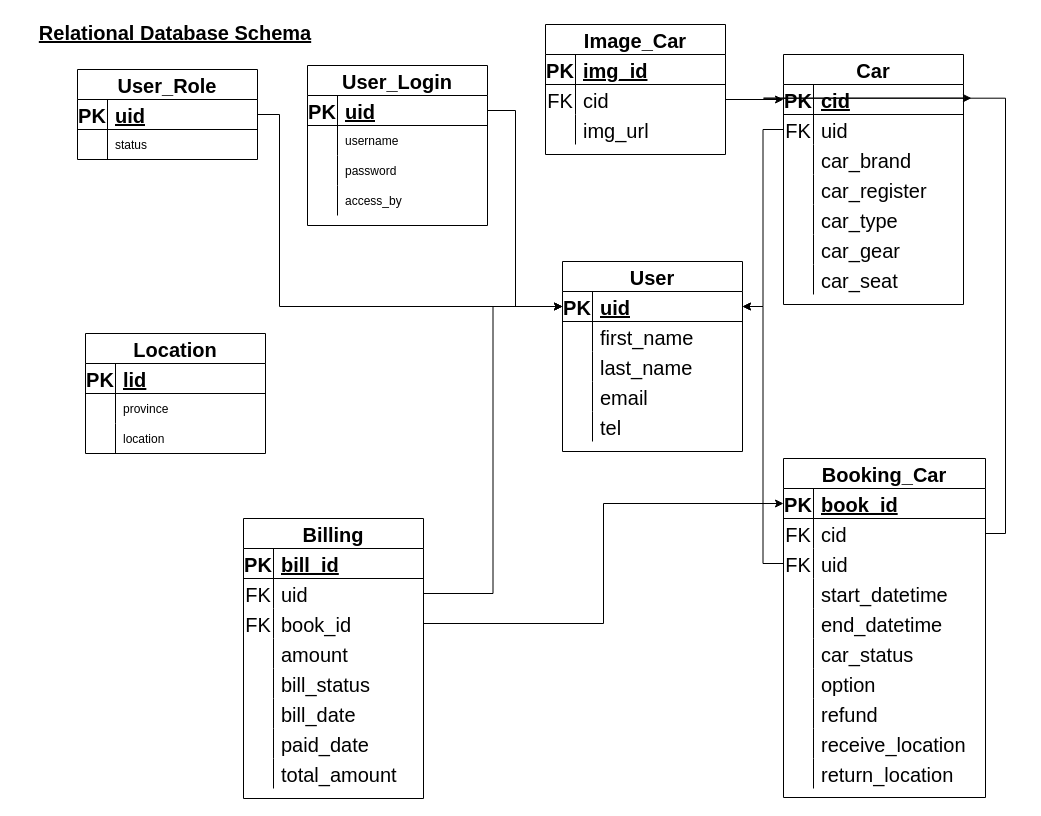
Above: page "Relational Database Schema" (2 of 2) of Online_Car_Rental_System.drawio in Werayootk/Online_Car_Rental_System (draw.io), before the change. Source tidied: cells renumbered, new cells numbered last; positions are measured from the earlier drawing's top-left corner, leaving out a move shared by most shapes. Both pictures are drawn from the tidied source at 100%, with x=0, y=0 at pixel (17, 17).
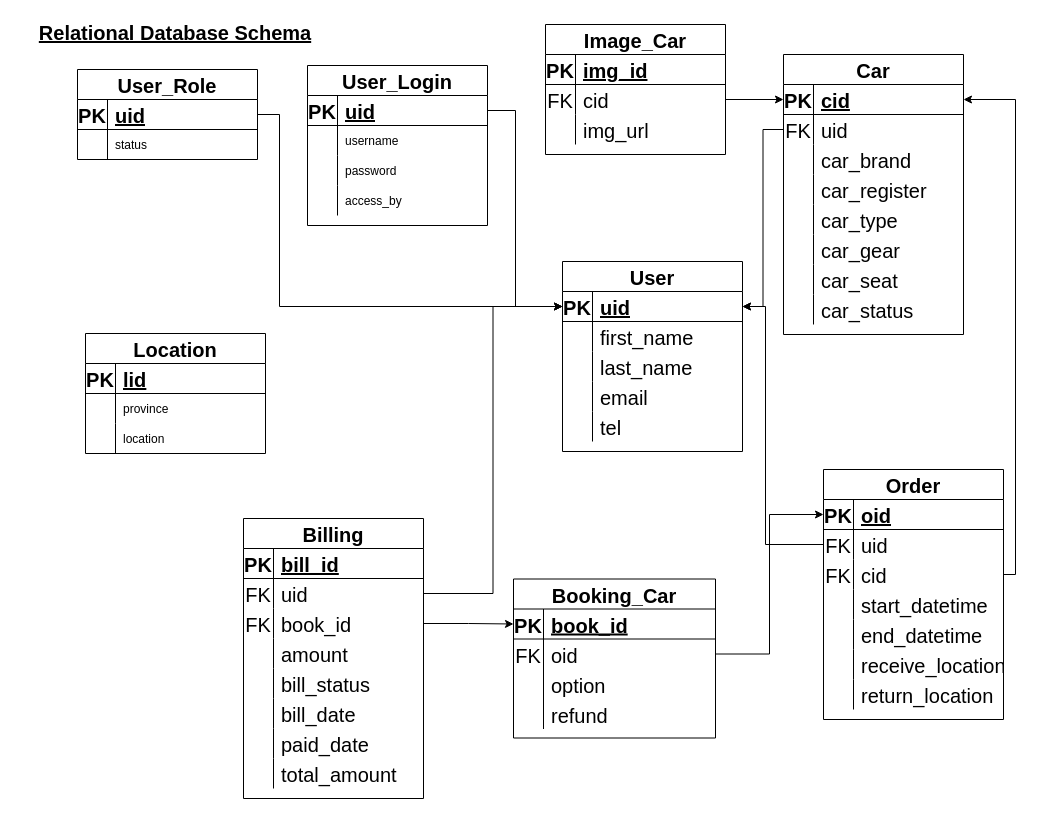
The same page after the edit.

Unchanged cells that the change refers to:
```xml
<mxCell id="4" style="shape=partialRectangle;fillColor=none;top=0;left=0;bottom=1;right=0;points=[[0,0.5],[1,0.5]];portConstraint=eastwest;fontSize=20;strokeColor=default;" parent="3" vertex="1">
  <mxGeometry y="30" width="180" height="30" as="geometry" />
</mxCell>
<mxCell id="40" style="shape=partialRectangle;fillColor=none;top=0;left=0;bottom=1;right=0;points=[[0,0.5],[1,0.5]];portConstraint=eastwest;fontSize=20;strokeColor=default;" parent="39" vertex="1">
  <mxGeometry y="30" width="180" height="30" as="geometry" />
</mxCell>
```

Change to the diagram source:
```diff
@@
     <mxCell id="39" value="Car" style="shape=table;startSize=30;childLayout=tableLayout;rowLines=0;fontStyle=1;align=center;fontSize=20;strokeColor=default;fillColor=none;" parent="1" vertex="1">
-      <mxGeometry x="766" y="37" width="180" height="250" as="geometry" />
+      <mxGeometry x="766" y="37" width="180" height="280" as="geometry" />
     </mxCell>
@@
+    <mxCell id="87" style="shape=partialRectangle;fillColor=none;top=0;left=0;bottom=0;right=0;fontSize=20;strokeColor=default;" parent="39" vertex="1">
+      <mxGeometry y="240" width="180" height="30" as="geometry" />
+    </mxCell>
+    <mxCell id="88" style="shape=partialRectangle;fillColor=none;top=0;left=0;bottom=0;right=0;overflow=hidden;fontSize=20;strokeColor=default;" parent="87" vertex="1">
+      <mxGeometry width="30" height="30" as="geometry" />
+    </mxCell>
+    <mxCell id="89" value="car_status" style="shape=partialRectangle;fillColor=none;top=0;left=0;bottom=0;right=0;align=left;spacingLeft=6;overflow=hidden;fontSize=20;strokeColor=default;" parent="87" vertex="1">
+      <mxGeometry x="30" width="150" height="30" as="geometry" />
+    </mxCell>
@@
     <mxCell id="71" value="Booking_Car" style="shape=table;startSize=30;childLayout=tableLayout;rowLines=0;fontStyle=1;align=center;fontSize=20;strokeColor=default;fillColor=none;" parent="1" vertex="1">
-      <mxGeometry x="766" y="441" width="202" height="339" as="geometry" />
+      <mxGeometry x="496" y="561.5" width="202" height="159" as="geometry" />
     </mxCell>
@@
-    <mxCell id="75" style="shape=partialRectangle;fillColor=none;top=0;left=0;bottom=0;right=0;points=[[0,0.5],[1,0.5]];portConstraint=eastwest;fontSize=20;strokeColor=default;" parent="71" vertex="1">
-      <mxGeometry y="60" width="202" height="30" as="geometry" />
-    </mxCell>
-    <mxCell id="76" value="FK" style="shape=partialRectangle;fillColor=none;top=0;left=0;bottom=0;right=0;fontStyle=0;overflow=hidden;fontSize=20;strokeColor=default;" parent="75" vertex="1">
-      <mxGeometry width="30" height="30" as="geometry" />
-    </mxCell>
-    <mxCell id="77" value="cid" style="shape=partialRectangle;fillColor=none;top=0;left=0;bottom=0;right=0;align=left;spacingLeft=6;fontStyle=0;overflow=hidden;fontSize=20;strokeColor=default;" parent="75" vertex="1">
-      <mxGeometry x="30" width="172" height="30" as="geometry" />
-    </mxCell>
-    <mxCell id="78" style="shape=partialRectangle;fillColor=none;top=0;left=0;bottom=0;right=0;points=[[0,0.5],[1,0.5]];portConstraint=eastwest;fontSize=20;" parent="71" vertex="1">
-      <mxGeometry y="90" width="202" height="30" as="geometry" />
-    </mxCell>
-    <mxCell id="79" value="FK" style="shape=partialRectangle;fillColor=none;top=0;left=0;bottom=0;right=0;fontStyle=0;overflow=hidden;fontSize=20;" parent="78" vertex="1">
-      <mxGeometry width="30" height="30" as="geometry" />
-    </mxCell>
-    <mxCell id="80" value="uid" style="shape=partialRectangle;fillColor=none;top=0;left=0;bottom=0;right=0;align=left;spacingLeft=6;fontStyle=0;overflow=hidden;fontSize=20;" parent="78" vertex="1">
-      <mxGeometry x="30" width="172" height="30" as="geometry" />
-    </mxCell>
-    <mxCell id="81" style="shape=partialRectangle;fillColor=none;top=0;left=0;bottom=0;right=0;fontSize=20;strokeColor=default;" parent="71" vertex="1">
-      <mxGeometry y="120" width="202" height="30" as="geometry" />
-    </mxCell>
-    <mxCell id="82" style="shape=partialRectangle;fillColor=none;top=0;left=0;bottom=0;right=0;overflow=hidden;fontSize=20;strokeColor=default;" parent="81" vertex="1">
-      <mxGeometry width="30" height="30" as="geometry" />
-    </mxCell>
-    <mxCell id="83" value="start_datetime" style="shape=partialRectangle;fillColor=none;top=0;left=0;bottom=0;right=0;align=left;spacingLeft=6;overflow=hidden;fontSize=20;strokeColor=default;" parent="81" vertex="1">
-      <mxGeometry x="30" width="172" height="30" as="geometry" />
-    </mxCell>
-    <mxCell id="84" style="shape=partialRectangle;fillColor=none;top=0;left=0;bottom=0;right=0;fontSize=20;strokeColor=default;" parent="71" vertex="1">
-      <mxGeometry y="150" width="202" height="30" as="geometry" />
-    </mxCell>
-    <mxCell id="85" style="shape=partialRectangle;fillColor=none;top=0;left=0;bottom=0;right=0;overflow=hidden;fontSize=20;strokeColor=default;" parent="84" vertex="1">
-      <mxGeometry width="30" height="30" as="geometry" />
-    </mxCell>
-    <mxCell id="86" value="end_datetime" style="shape=partialRectangle;fillColor=none;top=0;left=0;bottom=0;right=0;align=left;spacingLeft=6;overflow=hidden;fontSize=20;strokeColor=default;" parent="84" vertex="1">
-      <mxGeometry x="30" width="172" height="30" as="geometry" />
-    </mxCell>
-    <mxCell id="87" style="shape=partialRectangle;fillColor=none;top=0;left=0;bottom=0;right=0;fontSize=20;strokeColor=default;" parent="71" vertex="1">
-      <mxGeometry y="180" width="202" height="30" as="geometry" />
-    </mxCell>
-    <mxCell id="88" style="shape=partialRectangle;fillColor=none;top=0;left=0;bottom=0;right=0;overflow=hidden;fontSize=20;strokeColor=default;" parent="87" vertex="1">
-      <mxGeometry width="30" height="30" as="geometry" />
-    </mxCell>
-    <mxCell id="89" value="car_status" style="shape=partialRectangle;fillColor=none;top=0;left=0;bottom=0;right=0;align=left;spacingLeft=6;overflow=hidden;fontSize=20;strokeColor=default;" parent="87" vertex="1">
-      <mxGeometry x="30" width="172" height="30" as="geometry" />
-    </mxCell>
+    <mxCell id="145" style="shape=tableRow;horizontal=0;startSize=0;swimlaneHead=0;swimlaneBody=0;fillColor=none;points=[[0,0.5],[1,0.5]];portConstraint=eastwest;top=0;left=0;right=0;bottom=0;fontSize=20;" parent="71" vertex="1">
+      <mxGeometry y="60" width="202" height="30" as="geometry" />
+    </mxCell>
+    <mxCell id="146" value="FK" style="shape=partialRectangle;fillColor=none;top=0;left=0;bottom=0;right=0;fontStyle=0;overflow=hidden;fontSize=20;" parent="145" vertex="1">
+      <mxGeometry width="30" height="30" as="geometry" />
+    </mxCell>
+    <mxCell id="147" value="oid" style="shape=partialRectangle;fillColor=none;top=0;left=0;bottom=0;right=0;align=left;spacingLeft=6;fontStyle=0;overflow=hidden;fontSize=20;" parent="145" vertex="1">
+      <mxGeometry x="30" width="172" height="30" as="geometry" />
+    </mxCell>
     <mxCell id="90" style="shape=partialRectangle;fillColor=none;top=0;left=0;bottom=0;right=0;fontSize=20;strokeColor=default;" parent="71" vertex="1">
-      <mxGeometry y="210" width="202" height="30" as="geometry" />
+      <mxGeometry y="90" width="202" height="30" as="geometry" />
     </mxCell>
@@
     <mxCell id="93" style="shape=partialRectangle;fillColor=none;top=0;left=0;bottom=0;right=0;fontSize=20;strokeColor=default;" parent="71" vertex="1">
-      <mxGeometry y="240" width="202" height="30" as="geometry" />
+      <mxGeometry y="120" width="202" height="30" as="geometry" />
     </mxCell>
@@
-    <mxCell id="96" style="shape=partialRectangle;fillColor=none;top=0;left=0;bottom=0;right=0;fontSize=20;strokeColor=default;" parent="71" vertex="1">
-      <mxGeometry y="270" width="202" height="30" as="geometry" />
-    </mxCell>
-    <mxCell id="97" style="shape=partialRectangle;fillColor=none;top=0;left=0;bottom=0;right=0;overflow=hidden;fontSize=20;strokeColor=default;" parent="96" vertex="1">
-      <mxGeometry width="30" height="30" as="geometry" />
-    </mxCell>
-    <mxCell id="98" value="receive_location" style="shape=partialRectangle;fillColor=none;top=0;left=0;bottom=0;right=0;align=left;spacingLeft=6;overflow=hidden;fontSize=20;strokeColor=default;" parent="96" vertex="1">
-      <mxGeometry x="30" width="172" height="30" as="geometry" />
-    </mxCell>
-    <mxCell id="99" style="shape=partialRectangle;fillColor=none;top=0;left=0;bottom=0;right=0;fontSize=20;strokeColor=default;" parent="71" vertex="1">
-      <mxGeometry y="300" width="202" height="30" as="geometry" />
-    </mxCell>
-    <mxCell id="100" style="shape=partialRectangle;fillColor=none;top=0;left=0;bottom=0;right=0;overflow=hidden;fontSize=20;strokeColor=default;" parent="99" vertex="1">
-      <mxGeometry width="30" height="30" as="geometry" />
-    </mxCell>
-    <mxCell id="101" value="return_location" style="shape=partialRectangle;fillColor=none;top=0;left=0;bottom=0;right=0;align=left;spacingLeft=6;overflow=hidden;fontSize=20;strokeColor=default;" parent="99" vertex="1">
-      <mxGeometry x="30" width="172" height="30" as="geometry" />
-    </mxCell>
@@
-    <mxCell id="141" style="edgeStyle=orthogonalEdgeStyle;rounded=0;jettySize=auto;html=1;entryX=1;entryY=0.5;entryDx=0;entryDy=0;fontSize=20;" parent="1" edge="1" source="78" target="4">
-      <mxGeometry relative="1" as="geometry" />
-    </mxCell>
-    <mxCell id="142" style="edgeStyle=orthogonalEdgeStyle;rounded=0;jettySize=auto;html=1;exitX=1;exitY=0.5;exitDx=0;exitDy=0;entryX=1.044;entryY=0.455;entryDx=0;entryDy=0;entryPerimeter=0;fontSize=20;" parent="1" edge="1" source="75" target="40">
-      <mxGeometry relative="1" as="geometry" />
-    </mxCell>
@@
+    <mxCell id="148" value="Order" style="shape=table;startSize=30;childLayout=tableLayout;rowLines=0;fontStyle=1;align=center;fontSize=20;strokeColor=default;fillColor=none;" parent="1" vertex="1">
+      <mxGeometry x="806" y="452" width="180" height="250" as="geometry" />
+    </mxCell>
+    <mxCell id="149" style="shape=partialRectangle;fillColor=none;top=0;left=0;bottom=1;right=0;points=[[0,0.5],[1,0.5]];portConstraint=eastwest;fontSize=20;strokeColor=default;" parent="148" vertex="1">
+      <mxGeometry y="30" width="180" height="30" as="geometry" />
+    </mxCell>
+    <mxCell id="150" value="PK" style="shape=partialRectangle;fillColor=none;top=0;left=0;bottom=0;right=0;fontStyle=1;overflow=hidden;fontSize=20;strokeColor=default;" parent="149" vertex="1">
+      <mxGeometry width="30" height="30" as="geometry" />
+    </mxCell>
+    <mxCell id="151" value="oid" style="shape=partialRectangle;fillColor=none;top=0;left=0;bottom=0;right=0;align=left;spacingLeft=6;fontStyle=5;overflow=hidden;fontSize=20;strokeColor=default;" parent="149" vertex="1">
+      <mxGeometry x="30" width="150" height="30" as="geometry" />
+    </mxCell>
+    <mxCell id="152" style="shape=partialRectangle;fillColor=none;top=0;left=0;bottom=0;right=0;points=[[0,0.5],[1,0.5]];portConstraint=eastwest;fontSize=20;strokeColor=default;" parent="148" vertex="1">
+      <mxGeometry y="60" width="180" height="30" as="geometry" />
+    </mxCell>
+    <mxCell id="76" value="FK" style="shape=partialRectangle;fillColor=none;top=0;left=0;bottom=0;right=0;fontStyle=0;overflow=hidden;fontSize=20;strokeColor=default;" parent="152" vertex="1">
+      <mxGeometry width="30" height="30" as="geometry" />
+    </mxCell>
+    <mxCell id="80" value="uid" style="shape=partialRectangle;fillColor=none;top=0;left=0;bottom=0;right=0;align=left;spacingLeft=6;fontStyle=0;overflow=hidden;fontSize=20;strokeColor=default;" parent="152" vertex="1">
+      <mxGeometry x="30" width="150" height="30" as="geometry" />
+    </mxCell>
+    <mxCell id="153" style="shape=partialRectangle;fillColor=none;top=0;left=0;bottom=0;right=0;points=[[0,0.5],[1,0.5]];portConstraint=eastwest;fontSize=20;" parent="148" vertex="1">
+      <mxGeometry y="90" width="180" height="30" as="geometry" />
+    </mxCell>
+    <mxCell id="154" value="FK" style="shape=partialRectangle;fillColor=none;top=0;left=0;bottom=0;right=0;fontStyle=0;overflow=hidden;fontSize=20;" parent="153" vertex="1">
+      <mxGeometry width="30" height="30" as="geometry" />
+    </mxCell>
+    <mxCell id="77" value="cid" style="shape=partialRectangle;fillColor=none;top=0;left=0;bottom=0;right=0;align=left;spacingLeft=6;fontStyle=0;overflow=hidden;fontSize=20;" parent="153" vertex="1">
+      <mxGeometry x="30" width="150" height="30" as="geometry" />
+    </mxCell>
+    <mxCell id="155" style="shape=partialRectangle;fillColor=none;top=0;left=0;bottom=0;right=0;fontSize=20;strokeColor=default;" parent="148" vertex="1">
+      <mxGeometry y="120" width="180" height="30" as="geometry" />
+    </mxCell>
+    <mxCell id="156" style="shape=partialRectangle;fillColor=none;top=0;left=0;bottom=0;right=0;overflow=hidden;fontSize=20;strokeColor=default;" parent="155" vertex="1">
+      <mxGeometry width="30" height="30" as="geometry" />
+    </mxCell>
+    <mxCell id="83" value="start_datetime" style="shape=partialRectangle;fillColor=none;top=0;left=0;bottom=0;right=0;align=left;spacingLeft=6;overflow=hidden;fontSize=20;strokeColor=default;" parent="155" vertex="1">
+      <mxGeometry x="30" width="150" height="30" as="geometry" />
+    </mxCell>
+    <mxCell id="157" style="shape=partialRectangle;fillColor=none;top=0;left=0;bottom=0;right=0;fontSize=20;strokeColor=default;" parent="148" vertex="1">
+      <mxGeometry y="150" width="180" height="30" as="geometry" />
+    </mxCell>
+    <mxCell id="158" style="shape=partialRectangle;fillColor=none;top=0;left=0;bottom=0;right=0;overflow=hidden;fontSize=20;strokeColor=default;" parent="157" vertex="1">
+      <mxGeometry width="30" height="30" as="geometry" />
+    </mxCell>
+    <mxCell id="86" value="end_datetime" style="shape=partialRectangle;fillColor=none;top=0;left=0;bottom=0;right=0;align=left;spacingLeft=6;overflow=hidden;fontSize=20;strokeColor=default;" parent="157" vertex="1">
+      <mxGeometry x="30" width="150" height="30" as="geometry" />
+    </mxCell>
+    <mxCell id="159" style="shape=partialRectangle;fillColor=none;top=0;left=0;bottom=0;right=0;fontSize=20;strokeColor=default;" parent="148" vertex="1">
+      <mxGeometry y="180" width="180" height="30" as="geometry" />
+    </mxCell>
+    <mxCell id="160" style="shape=partialRectangle;fillColor=none;top=0;left=0;bottom=0;right=0;overflow=hidden;fontSize=20;strokeColor=default;" parent="159" vertex="1">
+      <mxGeometry width="30" height="30" as="geometry" />
+    </mxCell>
+    <mxCell id="98" value="receive_location" style="shape=partialRectangle;fillColor=none;top=0;left=0;bottom=0;right=0;align=left;spacingLeft=6;overflow=hidden;fontSize=20;strokeColor=default;" parent="159" vertex="1">
+      <mxGeometry x="30" width="150" height="30" as="geometry" />
+    </mxCell>
+    <mxCell id="161" style="shape=partialRectangle;fillColor=none;top=0;left=0;bottom=0;right=0;fontSize=20;strokeColor=default;" parent="148" vertex="1">
+      <mxGeometry y="210" width="180" height="30" as="geometry" />
+    </mxCell>
+    <mxCell id="162" style="shape=partialRectangle;fillColor=none;top=0;left=0;bottom=0;right=0;overflow=hidden;fontSize=20;strokeColor=default;" parent="161" vertex="1">
+      <mxGeometry width="30" height="30" as="geometry" />
+    </mxCell>
+    <mxCell id="101" value="return_location" style="shape=partialRectangle;fillColor=none;top=0;left=0;bottom=0;right=0;align=left;spacingLeft=6;overflow=hidden;fontSize=20;strokeColor=default;" parent="161" vertex="1">
+      <mxGeometry x="30" width="150" height="30" as="geometry" />
+    </mxCell>
+    <mxCell id="163" style="edgeStyle=orthogonalEdgeStyle;rounded=0;jettySize=auto;html=1;entryX=1;entryY=0.5;entryDx=0;entryDy=0;" parent="1" edge="1" source="152" target="4">
+      <mxGeometry relative="1" as="geometry">
+        <Array as="points">
+          <mxPoint x="748" y="527" />
+          <mxPoint x="748" y="289" />
+        </Array>
+      </mxGeometry>
+    </mxCell>
+    <mxCell id="164" style="edgeStyle=orthogonalEdgeStyle;rounded=0;jettySize=auto;html=1;entryX=1;entryY=0.5;entryDx=0;entryDy=0;" parent="1" edge="1" source="153" target="40">
+      <mxGeometry relative="1" as="geometry">
+        <Array as="points">
+          <mxPoint x="998" y="557" />
+          <mxPoint x="998" y="82" />
+        </Array>
+      </mxGeometry>
+    </mxCell>
+    <mxCell id="165" style="edgeStyle=orthogonalEdgeStyle;rounded=0;jettySize=auto;html=1;exitX=1;exitY=0.5;exitDx=0;exitDy=0;entryX=0;entryY=0.5;entryDx=0;entryDy=0;fontSize=20;" parent="1" edge="1" source="145" target="149">
+      <mxGeometry relative="1" as="geometry" />
+    </mxCell>
```
